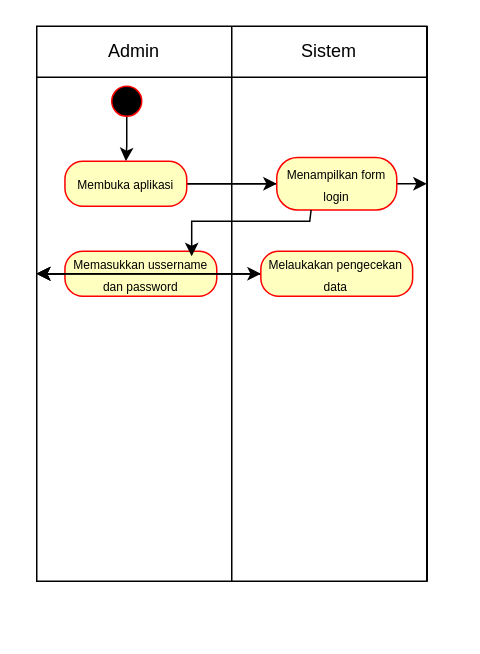
ocawidiahara/oca-web-pertama keeps this draw.io diagram as usecase.drawio. Above is the earlier version. Source tidied: cells renumbered, new cells numbered last; positions are measured from the earlier drawing's top-left corner, leaving out a move shared by most shapes. Both pictures are drawn from the tidied source at 150%, with x=0, y=0 at pixel (36, 26).
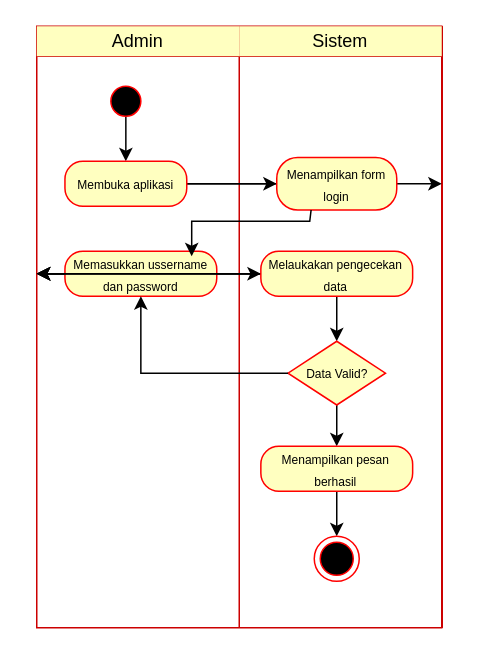
Above is the later version.

Unchanged cells that the change refers to:
```xml
<mxCell id="24" value="&lt;span style=&quot;background-color: transparent; color: light-dark(rgb(0, 0, 0), rgb(237, 237, 237)); font-size: 8px;&quot;&gt;Memasukkan ussername dan password&lt;/span&gt;" style="rounded=1;whiteSpace=wrap;html=1;arcSize=40;fontColor=#000000;fillColor=#ffffc0;strokeColor=#ff0000;" parent="1" vertex="1">
  <mxGeometry x="18.8" y="150" width="101.2" height="30" as="geometry" />
</mxCell>
<mxCell id="29" value="&lt;span style=&quot;background-color: transparent; color: light-dark(rgb(0, 0, 0), rgb(237, 237, 237)); font-size: 8px;&quot;&gt;Melaukakan pengecekan data&lt;/span&gt;" style="rounded=1;whiteSpace=wrap;html=1;arcSize=40;fontColor=#000000;fillColor=#ffffc0;strokeColor=#ff0000;" parent="1" vertex="1">
  <mxGeometry x="149.4" y="150" width="101.2" height="30" as="geometry" />
</mxCell>
```

Diff of the diagram source:
```diff
@@
-    <mxCell id="2" style="shape=table;startSize=0;childLayout=tableLayout;" parent="1" vertex="1">
-      <mxGeometry width="260" height="370" as="geometry" />
+    <mxCell id="2" style="shape=table;startSize=0;childLayout=tableLayout;strokeColor=#CC0000;" parent="1" vertex="1">
+      <mxGeometry width="270" height="401" as="geometry" />
     </mxCell>
     <mxCell id="3" style="shape=tableRow;horizontal=0;startSize=0;swimlaneHead=0;swimlaneBody=0;strokeColor=inherit;top=0;left=0;bottom=0;right=0;fillColor=none;" parent="2" vertex="1">
-      <mxGeometry width="260" height="34" as="geometry" />
+      <mxGeometry width="270" height="20" as="geometry" />
     </mxCell>
-    <mxCell id="4" value="Admin" style="shape=partialRectangle;html=1;whiteSpace=wrap;strokeColor=inherit;overflow=hidden;fillColor=none;top=0;left=0;bottom=0;right=0;" parent="3" vertex="1">
-      <mxGeometry width="130" height="34" as="geometry" />
+    <mxCell id="4" value="Admin" style="shape=partialRectangle;html=1;whiteSpace=wrap;strokeColor=inherit;overflow=hidden;fillColor=#FFFFC0;top=0;left=0;bottom=0;right=0;" parent="3" vertex="1">
+      <mxGeometry width="135" height="20" as="geometry" />
     </mxCell>
-    <mxCell id="5" value="Sistem" style="shape=partialRectangle;html=1;whiteSpace=wrap;strokeColor=inherit;overflow=hidden;fillColor=none;top=0;left=0;bottom=0;right=0;" parent="3" vertex="1">
-      <mxGeometry x="130" width="130" height="34" as="geometry" />
+    <mxCell id="5" value="Sistem" style="shape=partialRectangle;html=1;whiteSpace=wrap;strokeColor=#FF1220;overflow=hidden;fillColor=#FFFFC0;top=0;left=0;bottom=0;right=0;" parent="3" vertex="1">
+      <mxGeometry x="135" width="135" height="20" as="geometry" />
     </mxCell>
     <mxCell id="6" style="shape=tableRow;horizontal=0;startSize=0;swimlaneHead=0;swimlaneBody=0;strokeColor=inherit;top=0;left=0;bottom=0;right=0;fillColor=none;" parent="2" vertex="1">
-      <mxGeometry y="34" width="260" height="336" as="geometry" />
+      <mxGeometry y="20" width="270" height="381" as="geometry" />
     </mxCell>
     <mxCell id="7" style="shape=partialRectangle;html=1;whiteSpace=wrap;strokeColor=inherit;overflow=hidden;fillColor=none;top=0;left=0;bottom=0;right=0;" parent="6" vertex="1">
-      <mxGeometry width="130" height="336" as="geometry" />
+      <mxGeometry width="135" height="381" as="geometry" />
     </mxCell>
     <mxCell id="8" style="shape=partialRectangle;html=1;whiteSpace=wrap;strokeColor=inherit;overflow=hidden;fillColor=none;top=0;left=0;bottom=0;right=0;" parent="6" vertex="1">
-      <mxGeometry x="130" width="130" height="336" as="geometry" />
+      <mxGeometry x="135" width="135" height="381" as="geometry" />
     </mxCell>
     <mxCell id="9" style="whiteSpace=wrap;html=1;fillColor=#ffffc0;strokeColor=#ff0000;fontColor=#000000;rounded=1;arcSize=40;" parent="6" vertex="1">
-      <mxGeometry x="260" height="336" as="geometry" />
+      <mxGeometry x="270" height="381" as="geometry" />
     </mxCell>
     <mxCell id="10" style="whiteSpace=wrap;html=1;fillColor=#ffffc0;strokeColor=#ff0000;fontColor=#000000;rounded=1;arcSize=40;" parent="6" vertex="1">
-      <mxGeometry height="336" as="geometry" />
+      <mxGeometry height="381" as="geometry" />
     </mxCell>
     <mxCell id="11" style="whiteSpace=wrap;html=1;fillColor=#ffffc0;strokeColor=#ff0000;fontColor=#000000;rounded=1;arcSize=40;" parent="6" vertex="1">
-      <mxGeometry height="336" as="geometry" />
+      <mxGeometry height="381" as="geometry" />
     </mxCell>
     <mxCell id="12" style="rhombus;whiteSpace=wrap;html=1;fillColor=#ffffc0;strokeColor=#ff0000;fontColor=#000000;rounded=1;arcSize=40;" parent="6" vertex="1">
-      <mxGeometry height="336" as="geometry" />
+      <mxGeometry height="381" as="geometry" />
     </mxCell>
     <mxCell id="13" style="rhombus;whiteSpace=wrap;html=1;fillColor=#ffffc0;strokeColor=#ff0000;fontColor=#000000;rounded=1;arcSize=40;" parent="6" vertex="1">
-      <mxGeometry height="336" as="geometry" />
+      <mxGeometry height="381" as="geometry" />
     </mxCell>
     <mxCell id="14" style="rhombus;whiteSpace=wrap;html=1;fillColor=#ffffc0;strokeColor=#ff0000;fontColor=#000000;rounded=1;arcSize=40;" parent="6" vertex="1">
-      <mxGeometry height="336" as="geometry" />
+      <mxGeometry height="381" as="geometry" />
     </mxCell>
@@
     <mxCell id="16" style="ellipse;whiteSpace=wrap;html=1;fillColor=#000000;strokeColor=#ff0000;" parent="1" vertex="1">
-      <mxGeometry x="50" y="40" width="20" height="20" as="geometry" />
+      <mxGeometry x="49.4" y="40" width="20" height="20" as="geometry" />
     </mxCell>
@@
+    <mxCell id="30" style="edgeStyle=orthogonalEdgeStyle;rounded=0;jettySize=auto;html=1;" parent="1" edge="1" source="29" target="32">
+      <mxGeometry relative="1" as="geometry" />
+    </mxCell>
@@
+    <mxCell id="31" style="edgeStyle=orthogonalEdgeStyle;rounded=0;jettySize=auto;html=1;" parent="1" edge="1" source="32" target="35">
+      <mxGeometry relative="1" as="geometry" />
+    </mxCell>
+    <mxCell id="32" value="&lt;font style=&quot;font-size: 8px;&quot;&gt;Data Valid?&lt;/font&gt;" style="rhombus;whiteSpace=wrap;html=1;fillColor=#ffffc0;strokeColor=#ff0000;fontColor=#000000;rounded=0;arcSize=40;" parent="1" vertex="1">
+      <mxGeometry x="167.5" y="210" width="65" height="42.5" as="geometry" />
+    </mxCell>
+    <mxCell id="33" style="edgeStyle=orthogonalEdgeStyle;rounded=0;jettySize=auto;html=1;entryX=0.5;entryY=1;entryDx=0;entryDy=0;exitX=0;exitY=0.5;exitDx=0;exitDy=0;" parent="1" edge="1" source="32" target="24">
+      <mxGeometry relative="1" as="geometry">
+        <Array as="points">
+          <mxPoint x="69" y="231" />
+        </Array>
+      </mxGeometry>
+    </mxCell>
+    <mxCell id="34" style="edgeStyle=orthogonalEdgeStyle;rounded=0;jettySize=auto;html=1;" parent="1" edge="1" source="35" target="36">
+      <mxGeometry relative="1" as="geometry" />
+    </mxCell>
+    <mxCell id="35" value="&lt;span style=&quot;background-color: transparent; color: light-dark(rgb(0, 0, 0), rgb(237, 237, 237)); font-size: 8px;&quot;&gt;Menampilkan pesan berhasil&lt;/span&gt;" style="rounded=1;whiteSpace=wrap;html=1;arcSize=40;fontColor=#000000;fillColor=#ffffc0;strokeColor=#ff0000;" parent="1" vertex="1">
+      <mxGeometry x="149.4" y="280" width="101.2" height="30" as="geometry" />
+    </mxCell>
+    <mxCell id="36" style="ellipse;html=1;shape=endState;fillColor=#000000;strokeColor=#ff0000;" parent="1" vertex="1">
+      <mxGeometry x="185" y="340" width="30" height="30" as="geometry" />
+    </mxCell>
```
